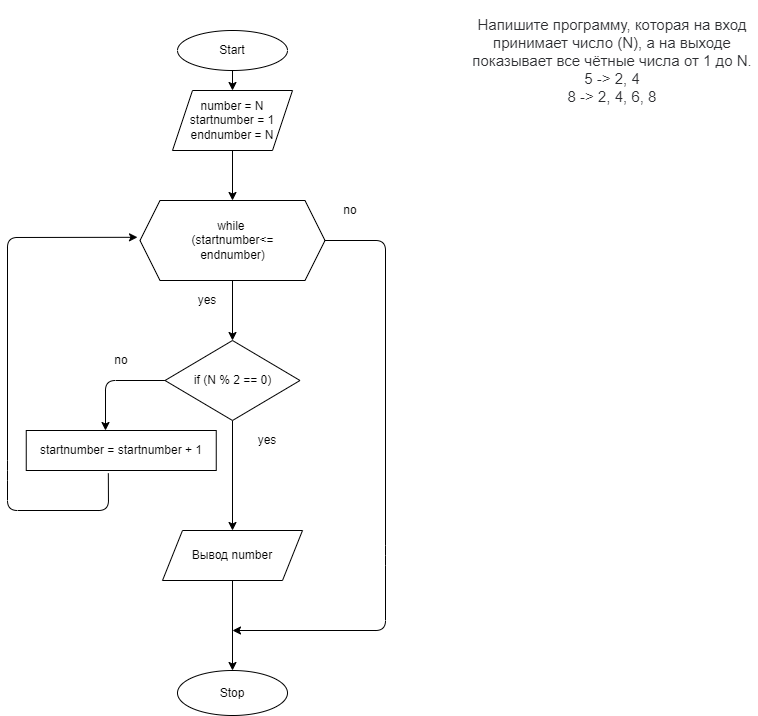
Earlier version of the draw.io export Task004/diagram.drawio.png (DmitryKhomyakov/Tasks). Source tidied: cells renumbered, new cells last; positions are measured from the earlier drawing's top-left corner, leaving out a move shared by most shapes. Its diagram source:
```xml
<mxGraphModel>
  <root>
    <mxCell id="0" />
    <mxCell id="1" parent="0" />
    <mxCell id="2" value="&lt;p style=&quot;box-sizing: border-box ; margin: 0px ; color: rgb(44 , 45 , 48) ; font-family: &amp;#34;roboto&amp;#34; , &amp;#34;san francisco&amp;#34; , &amp;#34;helvetica neue&amp;#34; , &amp;#34;helvetica&amp;#34; , &amp;#34;arial&amp;#34; ; font-size: 15px ; background-color: rgb(255 , 255 , 255)&quot;&gt;Напишите программу, которая на вход принимает число (N), а на выходе показывает все чётные числа от 1 до N.&lt;/p&gt;&lt;p style=&quot;box-sizing: border-box ; margin: 0px ; color: rgb(44 , 45 , 48) ; font-family: &amp;#34;roboto&amp;#34; , &amp;#34;san francisco&amp;#34; , &amp;#34;helvetica neue&amp;#34; , &amp;#34;helvetica&amp;#34; , &amp;#34;arial&amp;#34; ; font-size: 15px ; background-color: rgb(255 , 255 , 255)&quot;&gt;5 -&amp;gt; 2, 4&lt;br style=&quot;box-sizing: border-box&quot;&gt;8 -&amp;gt; 2, 4, 6, 8&lt;/p&gt;" style="text;html=1;strokeColor=none;fillColor=none;align=center;verticalAlign=middle;whiteSpace=wrap;rounded=0;" parent="1" vertex="1">
      <mxGeometry x="460" width="290" height="120" as="geometry" />
    </mxCell>
    <mxCell id="3" style="edgeStyle=none;html=1;" parent="1" edge="1" source="4" target="6">
      <mxGeometry relative="1" as="geometry" />
    </mxCell>
    <mxCell id="4" value="Start" style="ellipse;whiteSpace=wrap;html=1;" parent="1" vertex="1">
      <mxGeometry x="170" y="30" width="110" height="40" as="geometry" />
    </mxCell>
    <mxCell id="5" style="edgeStyle=none;html=1;" parent="1" edge="1" source="6" target="9">
      <mxGeometry relative="1" as="geometry" />
    </mxCell>
    <mxCell id="6" value="number = N&lt;br&gt;startnumber = 1&lt;br&gt;endnumber = N" style="shape=parallelogram;perimeter=parallelogramPerimeter;whiteSpace=wrap;html=1;fixedSize=1;" parent="1" vertex="1">
      <mxGeometry x="165" y="90" width="120" height="60" as="geometry" />
    </mxCell>
    <mxCell id="7" style="edgeStyle=none;html=1;" parent="1" edge="1" source="9" target="14">
      <mxGeometry relative="1" as="geometry" />
    </mxCell>
    <mxCell id="8" style="edgeStyle=none;html=1;" parent="1" edge="1" source="9">
      <mxGeometry relative="1" as="geometry">
        <mxPoint x="225" y="630" as="targetPoint" />
        <Array as="points">
          <mxPoint x="378" y="240" />
          <mxPoint x="378" y="555" />
          <mxPoint x="378" y="630" />
        </Array>
      </mxGeometry>
    </mxCell>
    <mxCell id="9" value="while &lt;br&gt;(startnumber&amp;lt;=&lt;br&gt;endnumber)" style="shape=hexagon;perimeter=hexagonPerimeter2;whiteSpace=wrap;html=1;fixedSize=1;" parent="1" vertex="1">
      <mxGeometry x="132.5" y="200" width="185" height="80" as="geometry" />
    </mxCell>
    <mxCell id="10" style="edgeStyle=none;html=1;entryX=0.5;entryY=0;entryDx=0;entryDy=0;" parent="1" edge="1" source="14">
      <mxGeometry relative="1" as="geometry">
        <mxPoint x="225" y="530" as="targetPoint" />
      </mxGeometry>
    </mxCell>
    <mxCell id="11" value="no" style="text;html=1;strokeColor=none;fillColor=none;align=center;verticalAlign=middle;whiteSpace=wrap;rounded=0;" parent="1" vertex="1">
      <mxGeometry x="317.5" y="200" width="50" height="20" as="geometry" />
    </mxCell>
    <mxCell id="12" value="yes" style="text;html=1;strokeColor=none;fillColor=none;align=center;verticalAlign=middle;whiteSpace=wrap;rounded=0;" parent="1" vertex="1">
      <mxGeometry x="180" y="290" width="40" height="20" as="geometry" />
    </mxCell>
    <mxCell id="13" style="edgeStyle=none;html=1;" parent="1" edge="1" source="14">
      <mxGeometry relative="1" as="geometry">
        <mxPoint x="98" y="430" as="targetPoint" />
        <Array as="points">
          <mxPoint x="98" y="380" />
        </Array>
      </mxGeometry>
    </mxCell>
    <mxCell id="14" value="&lt;span&gt;if (N % 2 == 0)&lt;/span&gt;" style="rhombus;whiteSpace=wrap;html=1;" parent="1" vertex="1">
      <mxGeometry x="157.5" y="340" width="135" height="80" as="geometry" />
    </mxCell>
    <mxCell id="15" value="no" style="text;html=1;strokeColor=none;fillColor=none;align=center;verticalAlign=middle;whiteSpace=wrap;rounded=0;" parent="1" vertex="1">
      <mxGeometry x="90" y="350" width="47.5" height="20" as="geometry" />
    </mxCell>
    <mxCell id="16" value="yes" style="text;html=1;strokeColor=none;fillColor=none;align=center;verticalAlign=middle;whiteSpace=wrap;rounded=0;" parent="1" vertex="1">
      <mxGeometry x="235" y="430" width="50" height="20" as="geometry" />
    </mxCell>
    <mxCell id="17" value="&lt;span&gt;&lt;br&gt;startnumber =&amp;nbsp;&lt;/span&gt;startnumber + 1&lt;span&gt;&lt;br&gt;&lt;br&gt;&lt;/span&gt;" style="whiteSpace=wrap;html=1;" parent="1" vertex="1">
      <mxGeometry x="18.8" y="430" width="190" height="40" as="geometry" />
    </mxCell>
    <mxCell id="18" style="endArrow=classic;html=1;exitX=0.432;exitY=1.07;exitDx=0;exitDy=0;exitPerimeter=0;" parent="1" edge="1" source="17">
      <mxGeometry relative="1" as="geometry">
        <mxPoint x="130" y="236.8" as="targetPoint" />
        <Array as="points">
          <mxPoint x="101" y="510" />
          <mxPoint y="510" />
          <mxPoint y="470" />
          <mxPoint y="237" />
        </Array>
      </mxGeometry>
    </mxCell>
    <mxCell id="19" style="edgeStyle=none;html=1;" parent="1" edge="1" source="20" target="21">
      <mxGeometry relative="1" as="geometry" />
    </mxCell>
    <mxCell id="20" value="Вывод number" style="shape=parallelogram;perimeter=parallelogramPerimeter;whiteSpace=wrap;html=1;fixedSize=1;" parent="1" vertex="1">
      <mxGeometry x="155" y="530" width="140" height="50" as="geometry" />
    </mxCell>
    <mxCell id="21" value="Stop" style="ellipse;whiteSpace=wrap;html=1;" parent="1" vertex="1">
      <mxGeometry x="170" y="670" width="110" height="45" as="geometry" />
    </mxCell>
  </root>
</mxGraphModel>
```
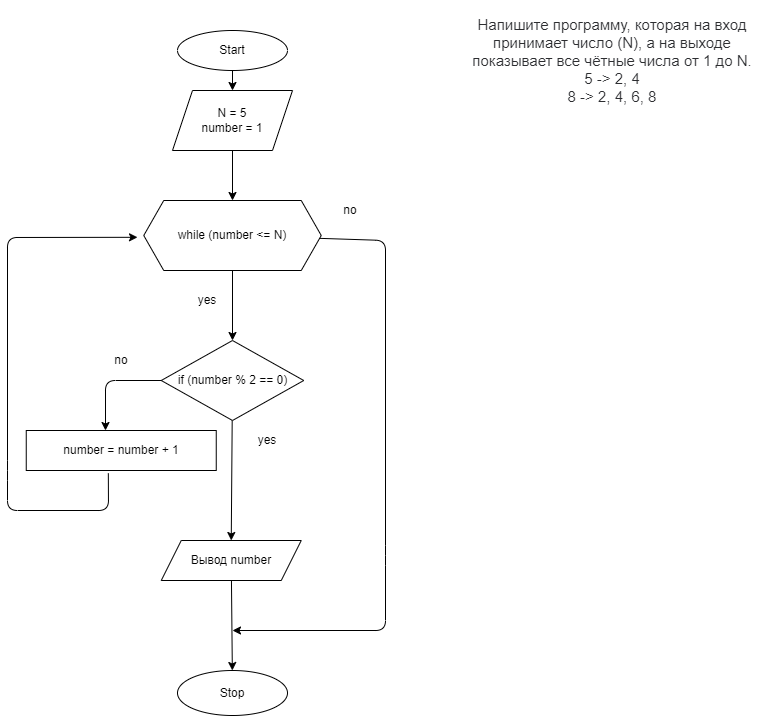
After the commit.

Diff of the diagram source:
```diff
@@ -14,7 +14,7 @@
     <mxCell id="5" style="edgeStyle=none;html=1;" parent="1" edge="1" source="6" target="9">
       <mxGeometry relative="1" as="geometry" />
     </mxCell>
-    <mxCell id="6" value="number = N&lt;br&gt;startnumber = 1&lt;br&gt;endnumber = N" style="shape=parallelogram;perimeter=parallelogramPerimeter;whiteSpace=wrap;html=1;fixedSize=1;" parent="1" vertex="1">
+    <mxCell id="6" value="N = 5&lt;br&gt;number = 1" style="shape=parallelogram;perimeter=parallelogramPerimeter;whiteSpace=wrap;html=1;fixedSize=1;" parent="1" vertex="1">
       <mxGeometry x="165" y="90" width="120" height="60" as="geometry" />
     </mxCell>
     <mxCell id="7" style="edgeStyle=none;html=1;" parent="1" edge="1" source="9" target="14">
@@ -30,13 +30,11 @@
         </Array>
       </mxGeometry>
     </mxCell>
-    <mxCell id="9" value="while &lt;br&gt;(startnumber&amp;lt;=&lt;br&gt;endnumber)" style="shape=hexagon;perimeter=hexagonPerimeter2;whiteSpace=wrap;html=1;fixedSize=1;" parent="1" vertex="1">
-      <mxGeometry x="132.5" y="200" width="185" height="80" as="geometry" />
+    <mxCell id="9" value="while (number &amp;lt;= N)" style="shape=hexagon;perimeter=hexagonPerimeter2;whiteSpace=wrap;html=1;fixedSize=1;" parent="1" vertex="1">
+      <mxGeometry x="136.2" y="200" width="177.5" height="70" as="geometry" />
     </mxCell>
-    <mxCell id="10" style="edgeStyle=none;html=1;entryX=0.5;entryY=0;entryDx=0;entryDy=0;" parent="1" edge="1" source="14">
-      <mxGeometry relative="1" as="geometry">
-        <mxPoint x="225" y="530" as="targetPoint" />
-      </mxGeometry>
+    <mxCell id="10" style="edgeStyle=none;html=1;entryX=0.5;entryY=0;entryDx=0;entryDy=0;" parent="1" edge="1" source="14" target="20">
+      <mxGeometry relative="1" as="geometry" />
     </mxCell>
     <mxCell id="11" value="no" style="text;html=1;strokeColor=none;fillColor=none;align=center;verticalAlign=middle;whiteSpace=wrap;rounded=0;" parent="1" vertex="1">
       <mxGeometry x="317.5" y="200" width="50" height="20" as="geometry" />
@@ -52,8 +50,8 @@
         </Array>
       </mxGeometry>
     </mxCell>
-    <mxCell id="14" value="&lt;span&gt;if (N % 2 == 0)&lt;/span&gt;" style="rhombus;whiteSpace=wrap;html=1;" parent="1" vertex="1">
-      <mxGeometry x="157.5" y="340" width="135" height="80" as="geometry" />
+    <mxCell id="14" value="&lt;span&gt;if (number % 2 == 0)&lt;/span&gt;" style="rhombus;whiteSpace=wrap;html=1;" parent="1" vertex="1">
+      <mxGeometry x="153.8" y="340" width="142.5" height="80" as="geometry" />
     </mxCell>
     <mxCell id="15" value="no" style="text;html=1;strokeColor=none;fillColor=none;align=center;verticalAlign=middle;whiteSpace=wrap;rounded=0;" parent="1" vertex="1">
       <mxGeometry x="90" y="350" width="47.5" height="20" as="geometry" />
@@ -61,7 +59,7 @@
     <mxCell id="16" value="yes" style="text;html=1;strokeColor=none;fillColor=none;align=center;verticalAlign=middle;whiteSpace=wrap;rounded=0;" parent="1" vertex="1">
       <mxGeometry x="235" y="430" width="50" height="20" as="geometry" />
     </mxCell>
-    <mxCell id="17" value="&lt;span&gt;&lt;br&gt;startnumber =&amp;nbsp;&lt;/span&gt;startnumber + 1&lt;span&gt;&lt;br&gt;&lt;br&gt;&lt;/span&gt;" style="whiteSpace=wrap;html=1;" parent="1" vertex="1">
+    <mxCell id="17" value="&lt;span&gt;&lt;br&gt;number =&amp;nbsp;&lt;/span&gt;number + 1&lt;span&gt;&lt;br&gt;&lt;br&gt;&lt;/span&gt;" style="whiteSpace=wrap;html=1;" parent="1" vertex="1">
       <mxGeometry x="18.8" y="430" width="190" height="40" as="geometry" />
     </mxCell>
     <mxCell id="18" style="endArrow=classic;html=1;exitX=0.432;exitY=1.07;exitDx=0;exitDy=0;exitPerimeter=0;" parent="1" edge="1" source="17">
@@ -79,7 +77,7 @@
       <mxGeometry relative="1" as="geometry" />
     </mxCell>
     <mxCell id="20" value="Вывод number" style="shape=parallelogram;perimeter=parallelogramPerimeter;whiteSpace=wrap;html=1;fixedSize=1;" parent="1" vertex="1">
-      <mxGeometry x="155" y="530" width="140" height="50" as="geometry" />
+      <mxGeometry x="153.8" y="540" width="140" height="40" as="geometry" />
     </mxCell>
     <mxCell id="21" value="Stop" style="ellipse;whiteSpace=wrap;html=1;" parent="1" vertex="1">
       <mxGeometry x="170" y="670" width="110" height="45" as="geometry" />
```
